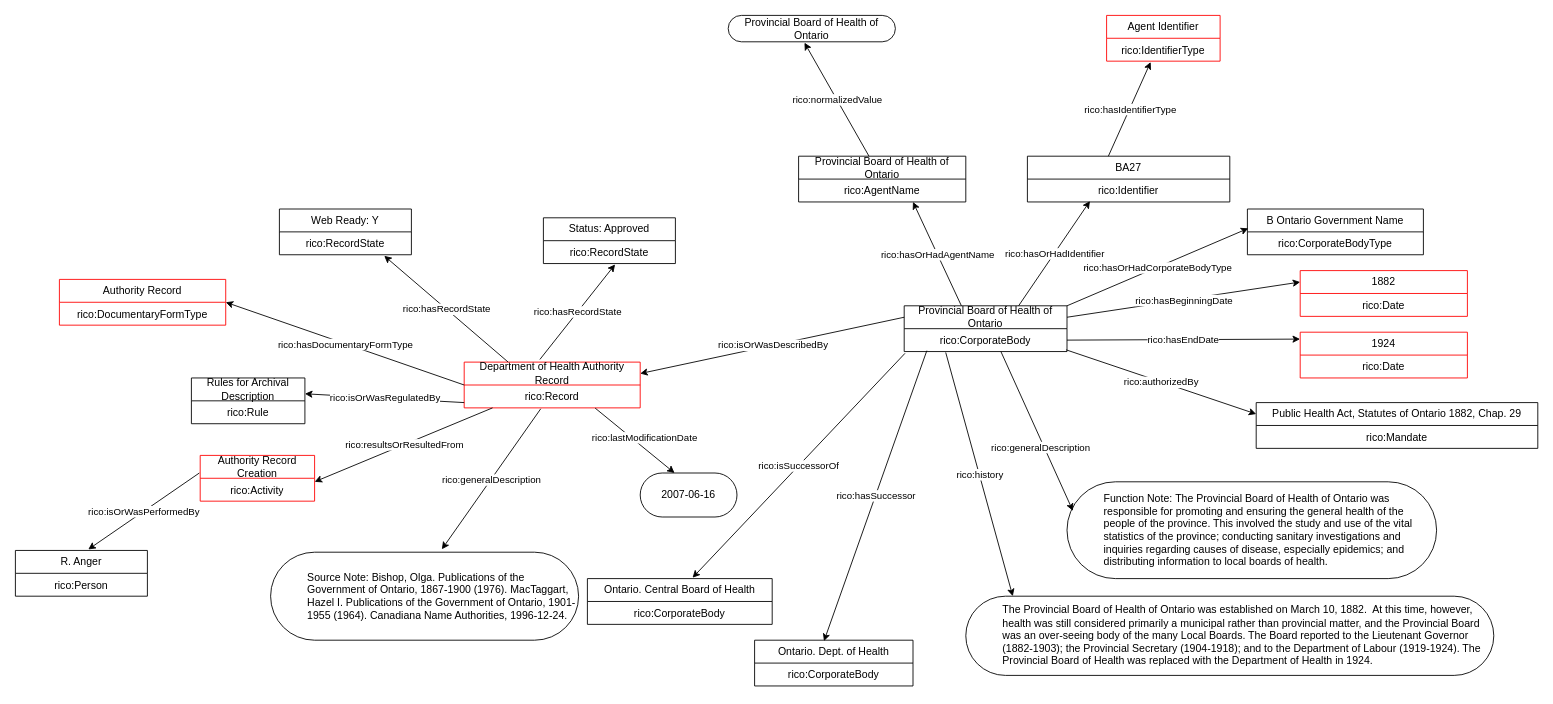
This is gbad/BA/27/BA27 Provincial Board of Health of Ontario.drawio from williamsonrichard/records_in_contexts_draw_io_parser, a draw.io file, before an edit. Source tidied: cells renumbered, new cells numbered last; positions are measured from the earlier drawing's top-left corner, leaving out a move shared by most shapes. Both pictures are drawn from the tidied source at 88%, with x=0, y=0 at pixel (15, 15).
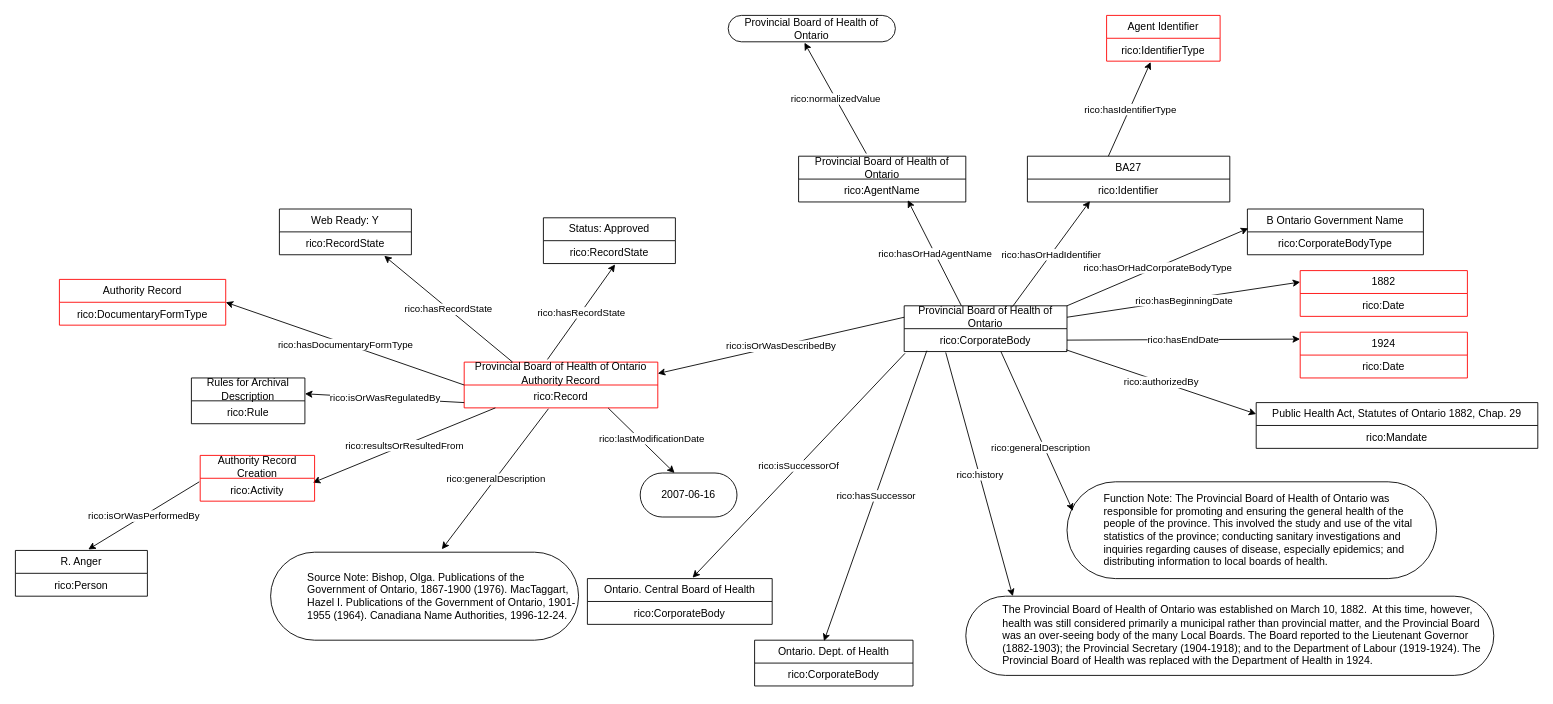
The same page after the edit.

Unchanged cells that the change refers to:
```xml
<mxCell id="4" value="Provincial Board of Health of Ontario" style="html=1;whiteSpace=wrap;rounded=1;arcSize=50;strokeColor=#000000;" parent="1" vertex="1">
  <mxGeometry x="810" width="190" height="30" as="geometry" />
</mxCell>
<mxCell id="6" value="rico:Identifier&lt;div&gt;&lt;br&gt;&lt;/div&gt;" style="text;strokeColor=none;fillColor=none;align=center;verticalAlign=top;spacingLeft=4;spacingRight=4;overflow=hidden;points=[[0,0.5],[1,0.5]];portConstraint=eastwest;whiteSpace=wrap;html=1;" parent="5" vertex="1">
  <mxGeometry y="26" width="230" height="26" as="geometry" />
</mxCell>
<mxCell id="13" value="Provincial Board of Health of Ontario" style="swimlane;fontStyle=0;horizontal=1;startSize=26;fillColor=none;whiteSpace=wrap;html=1;strokeColor=#000000;" parent="1" vertex="1">
  <mxGeometry x="890" y="160" width="190" height="52" as="geometry" />
</mxCell>
<mxCell id="14" value="rico:AgentName&lt;div&gt;&lt;br&gt;&lt;/div&gt;" style="text;strokeColor=none;fillColor=none;align=center;verticalAlign=top;spacingLeft=4;spacingRight=4;overflow=hidden;points=[[0,0.5],[1,0.5]];portConstraint=eastwest;whiteSpace=wrap;html=1;" parent="13" vertex="1">
  <mxGeometry y="26" width="190" height="26" as="geometry" />
</mxCell>
<mxCell id="47" value="rico:Activity" style="text;strokeColor=none;fillColor=none;align=center;verticalAlign=top;spacingLeft=4;spacingRight=4;overflow=hidden;points=[[0,0.5],[1,0.5]];portConstraint=eastwest;whiteSpace=wrap;html=1;" parent="46" vertex="1">
  <mxGeometry y="26" width="130" height="26" as="geometry" />
</mxCell>
<mxCell id="50" value="R. Anger" style="swimlane;fontStyle=0;horizontal=1;startSize=26;fillColor=none;whiteSpace=wrap;html=1;" parent="1" vertex="1">
  <mxGeometry y="608" width="150" height="52" as="geometry" />
</mxCell>
<mxCell id="66" value="Provincial Board of Health of Ontario" style="swimlane;fontStyle=0;horizontal=1;startSize=26;fillColor=none;whiteSpace=wrap;html=1;" parent="1" vertex="1">
  <mxGeometry x="1010" y="330" width="185" height="52" as="geometry" />
</mxCell>
```

Change to the diagram source:
```diff
@@
-    <mxCell id="2" style="endArrow=classic;html=1;rounded=0;entryX=0.456;entryY=1.033;entryDx=0;entryDy=0;entryPerimeter=0;" parent="1" edge="1" target="4">
-      <mxGeometry relative="1" as="geometry">
-        <mxPoint x="970" y="160" as="sourcePoint" />
-      </mxGeometry>
+    <mxCell id="2" style="endArrow=classic;html=1;rounded=0;entryX=0.456;entryY=1.033;entryDx=0;entryDy=0;entryPerimeter=0;exitX=0.405;exitY=-0.058;exitDx=0;exitDy=0;exitPerimeter=0;" parent="1" edge="1" source="13" target="4">
+      <mxGeometry relative="1" as="geometry" />
     </mxCell>
@@
-    <mxCell id="7" style="endArrow=classic;html=1;rounded=0;entryX=0.309;entryY=0.962;entryDx=0;entryDy=0;entryPerimeter=0;" parent="1" edge="1" target="6">
-      <mxGeometry relative="1" as="geometry">
-        <mxPoint x="1140" y="330" as="sourcePoint" />
-      </mxGeometry>
+    <mxCell id="7" style="endArrow=classic;html=1;rounded=0;entryX=0.309;entryY=0.962;entryDx=0;entryDy=0;entryPerimeter=0;exitX=0.665;exitY=0.019;exitDx=0;exitDy=0;exitPerimeter=0;" parent="1" edge="1" source="66" target="6">
+      <mxGeometry relative="1" as="geometry" />
     </mxCell>
@@
-    <mxCell id="15" style="endArrow=classic;html=1;rounded=0;exitX=0.25;exitY=0;exitDx=0;exitDy=0;" parent="1" edge="1">
+    <mxCell id="15" style="endArrow=classic;html=1;rounded=0;exitX=0.25;exitY=0;exitDx=0;exitDy=0;entryX=0.653;entryY=0.923;entryDx=0;entryDy=0;entryPerimeter=0;" parent="1" edge="1" target="14">
       <mxGeometry relative="1" as="geometry">
         <mxPoint x="1075" y="330" as="sourcePoint" />
-        <mxPoint x="1020" y="212" as="targetPoint" />
       </mxGeometry>
     </mxCell>
@@
-    <mxCell id="32" value="Department of Health Authority Record" style="swimlane;fontStyle=0;horizontal=1;startSize=26;fillColor=none;whiteSpace=wrap;html=1;strokeColor=#FF0000;" parent="1" vertex="1">
-      <mxGeometry x="510" y="394" width="200" height="52" as="geometry" />
+    <mxCell id="32" value="Provincial Board of Health of Ontario Authority Record" style="swimlane;fontStyle=0;horizontal=1;startSize=26;fillColor=none;whiteSpace=wrap;html=1;strokeColor=#FF0000;" parent="1" vertex="1">
+      <mxGeometry x="510" y="394" width="220" height="52" as="geometry" />
     </mxCell>
     <mxCell id="33" value="rico:Record" style="text;strokeColor=none;fillColor=none;align=center;verticalAlign=top;spacingLeft=4;spacingRight=4;overflow=hidden;points=[[0,0.5],[1,0.5]];portConstraint=eastwest;whiteSpace=wrap;html=1;" parent="32" vertex="1">
-      <mxGeometry y="26" width="200" height="26" as="geometry" />
+      <mxGeometry y="26" width="220" height="26" as="geometry" />
     </mxCell>
@@
-    <mxCell id="44" style="endArrow=classic;html=1;rounded=0;exitX=0.161;exitY=1;exitDx=0;exitDy=0;exitPerimeter=0;" parent="1" edge="1" source="33">
-      <mxGeometry relative="1" as="geometry">
-        <mxPoint x="340" y="530" as="targetPoint" />
-      </mxGeometry>
+    <mxCell id="44" style="endArrow=classic;html=1;rounded=0;exitX=0.161;exitY=1;exitDx=0;exitDy=0;exitPerimeter=0;entryX=0.985;entryY=0.192;entryDx=0;entryDy=0;entryPerimeter=0;" parent="1" edge="1" source="33" target="47">
+      <mxGeometry relative="1" as="geometry" />
     </mxCell>
@@
-    <mxCell id="48" style="endArrow=classic;html=1;rounded=0;entryX=0.552;entryY=-0.022;entryDx=0;entryDy=0;entryPerimeter=0;" parent="1" edge="1" target="50">
-      <mxGeometry relative="1" as="geometry">
-        <mxPoint x="209" y="520" as="sourcePoint" />
-      </mxGeometry>
+    <mxCell id="48" style="endArrow=classic;html=1;rounded=0;entryX=0.552;entryY=-0.022;entryDx=0;entryDy=0;entryPerimeter=0;exitX=-0.008;exitY=0.154;exitDx=0;exitDy=0;exitPerimeter=0;" parent="1" edge="1" source="47" target="50">
+      <mxGeometry relative="1" as="geometry" />
     </mxCell>
```
